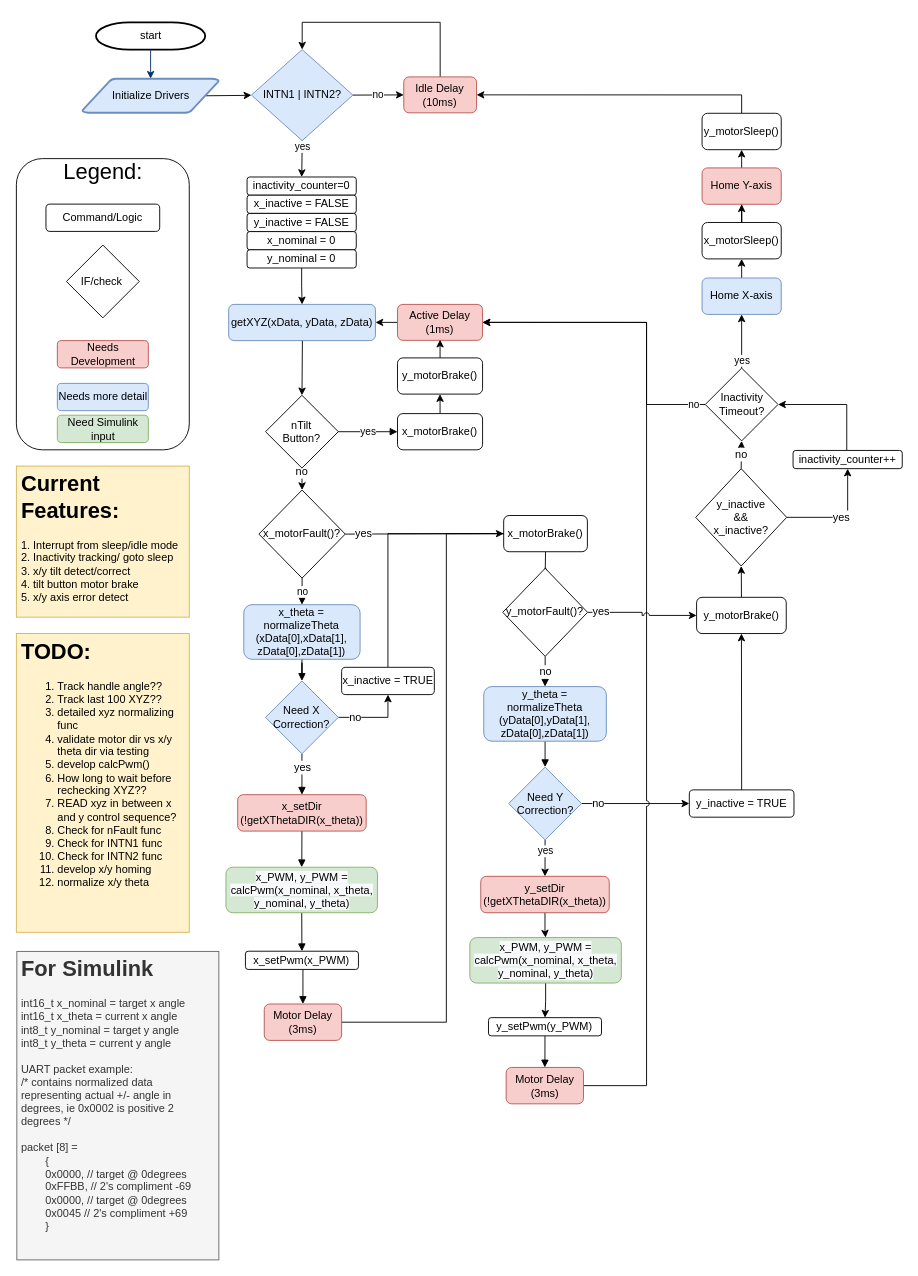
Before: Active-Stabalized-Mug FlowChart.drawio in mtagg/TRMRTK, a draw.io diagram. Source tidied: cells renumbered, new cells numbered last; positions are measured from the earlier drawing's top-left corner, leaving out a move shared by most shapes. Both pictures are drawn from the tidied source at 91%, with x=0, y=0 at pixel (16, 22).
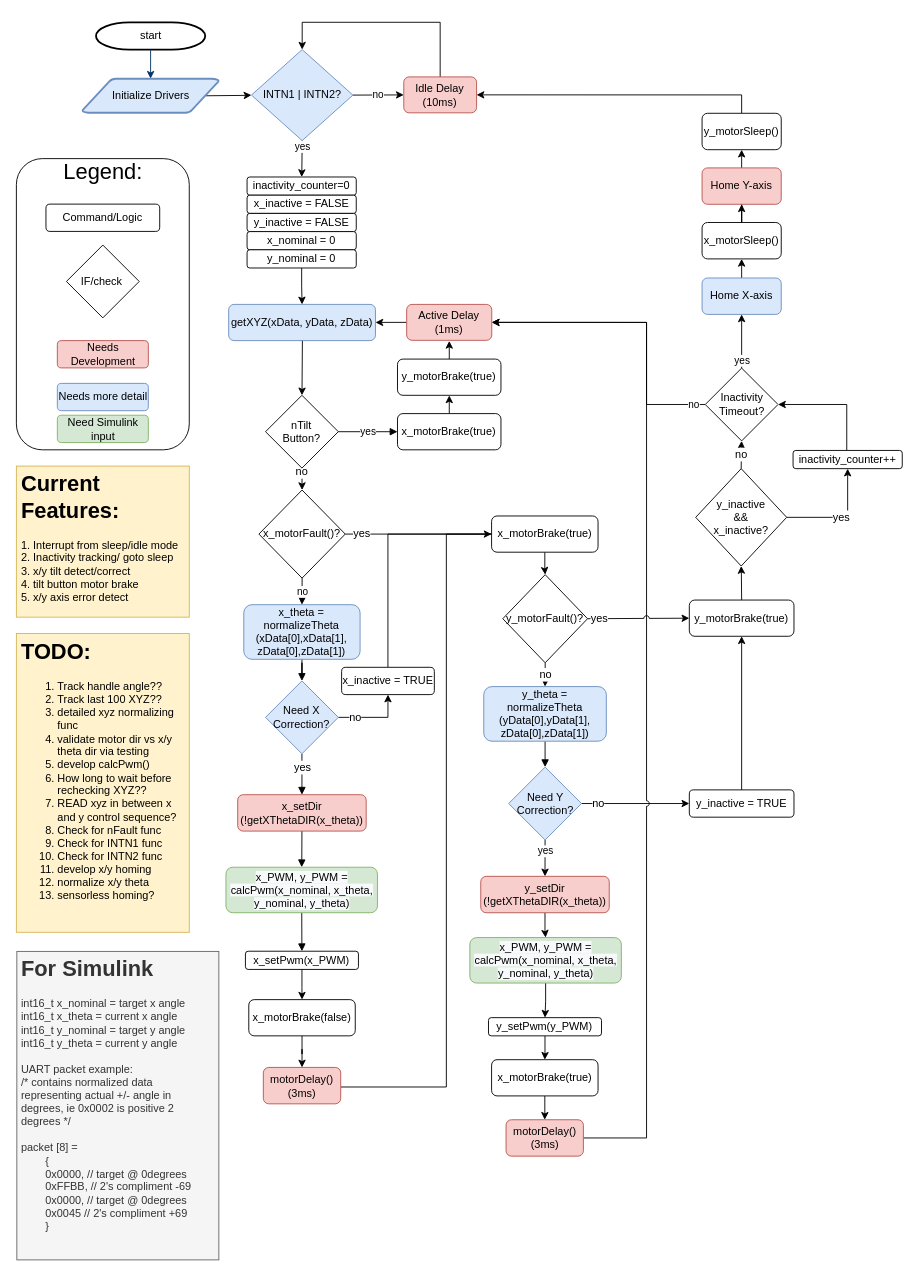
The same page after the edit.

Unchanged cells that the change refers to:
```xml
<mxCell id="19" value="x_setPwm(x_PWM)" style="rounded=1;whiteSpace=wrap;html=1;" parent="1" vertex="1">
  <mxGeometry x="251.2" y="1020.8" width="124.2" height="20" as="geometry" />
</mxCell>
<mxCell id="78" value="y_setPwm(y_PWM)" style="rounded=1;whiteSpace=wrap;html=1;" parent="1" vertex="1">
  <mxGeometry x="518.3" y="1093.8" width="124.2" height="20" as="geometry" />
</mxCell>
```

Diff of the diagram source:
```diff
@@
     <mxCell id="12" value="&lt;span style=&quot;&quot;&gt;Active Delay (1ms)&lt;/span&gt;" style="rounded=1;whiteSpace=wrap;html=1;fillColor=#f8cecc;strokeColor=#b85450;" parent="1" vertex="1">
-      <mxGeometry x="418.3" y="310" width="93.5" height="39.5" as="geometry" />
+      <mxGeometry x="428.4" y="310" width="93.5" height="39.5" as="geometry" />
     </mxCell>
-    <mxCell id="13" style="edgeStyle=orthogonalEdgeStyle;rounded=0;jumpStyle=arc;jettySize=auto;html=1;entryX=0.501;entryY=-0.017;entryDx=0;entryDy=0;entryPerimeter=0;fontSize=12;endArrow=classic;endFill=1;" parent="1" edge="1" source="14" target="60">
+    <mxCell id="13" style="edgeStyle=orthogonalEdgeStyle;rounded=0;jettySize=auto;html=1;" parent="1" edge="1" source="14" target="60">
       <mxGeometry relative="1" as="geometry" />
     </mxCell>
-    <mxCell id="14" value="x_motorBrake()" style="rounded=1;whiteSpace=wrap;html=1;" parent="1" vertex="1">
-      <mxGeometry x="535" y="542" width="92" height="39.8" as="geometry" />
+    <mxCell id="14" value="x_motorBrake(true)" style="rounded=1;whiteSpace=wrap;html=1;" parent="1" vertex="1">
+      <mxGeometry x="521.7" y="542.5" width="117" height="39.8" as="geometry" />
     </mxCell>
@@
-    <mxCell id="18" style="edgeStyle=orthogonalEdgeStyle;rounded=0;jumpStyle=arc;jettySize=auto;html=1;entryX=0.5;entryY=0;entryDx=0;entryDy=0;fontSize=12;endArrow=block;endFill=1;" parent="1" edge="1" source="19" target="64">
-      <mxGeometry relative="1" as="geometry">
-        <Array as="points">
-          <mxPoint x="314.8" y="1068.8" />
-        </Array>
-      </mxGeometry>
-    </mxCell>
+    <mxCell id="95" style="edgeStyle=orthogonalEdgeStyle;rounded=0;jettySize=auto;html=1;entryX=0.5;entryY=0;entryDx=0;entryDy=0;" parent="1" edge="1" source="19" target="98">
+      <mxGeometry relative="1" as="geometry" />
+    </mxCell>
@@
-    <mxCell id="21" value="y_motorBrake()" style="rounded=1;whiteSpace=wrap;html=1;" parent="1" vertex="1">
-      <mxGeometry x="747" y="631.9" width="98.5" height="39.8" as="geometry" />
+    <mxCell id="21" value="y_motorBrake(true)" style="rounded=1;whiteSpace=wrap;html=1;" parent="1" vertex="1">
+      <mxGeometry x="739" y="634.9" width="115" height="39.8" as="geometry" />
     </mxCell>
     <mxCell id="22" style="edgeStyle=orthogonalEdgeStyle;rounded=0;jettySize=auto;html=1;entryX=1;entryY=0.5;entryDx=0;entryDy=0;jumpStyle=arc;exitX=1;exitY=0.5;exitDx=0;exitDy=0;" parent="1" edge="1" source="75" target="12">
       <mxGeometry relative="1" as="geometry">
         <Array as="points">
-          <mxPoint x="692" y="1169" />
+          <mxPoint x="692" y="1226" />
           <mxPoint x="692" y="330" />
         </Array>
       </mxGeometry>
     </mxCell>
-    <mxCell id="23" value="&lt;h1&gt;TODO:&lt;/h1&gt;&lt;p&gt;&lt;/p&gt;&lt;ol&gt;&lt;li&gt;Track handle angle??&lt;/li&gt;&lt;li&gt;Track last 100 XYZ??&lt;/li&gt;&lt;li&gt;detailed xyz normalizing func&lt;/li&gt;&lt;li&gt;validate motor dir vs x/y theta dir via testing&lt;/li&gt;&lt;li&gt;develop calcPwm()&lt;/li&gt;&lt;li&gt;How long to wait before rechecking XYZ??&lt;/li&gt;&lt;li&gt;READ xyz in between x and y control sequence?&lt;/li&gt;&lt;li&gt;Check for nFault func&lt;/li&gt;&lt;li&gt;Check for INTN1 func&lt;/li&gt;&lt;li&gt;Check for INTN2 func&lt;/li&gt;&lt;li&gt;develop x/y homing&lt;/li&gt;&lt;li&gt;normalize x/y theta&lt;/li&gt;&lt;/ol&gt;&lt;p&gt;&lt;/p&gt;" style="text;html=1;strokeColor=#d6b656;fillColor=#fff2cc;spacing=5;spacingTop=-20;whiteSpace=wrap;overflow=hidden;rounded=0;" parent="1" vertex="1">
+    <mxCell id="23" value="&lt;h1&gt;TODO:&lt;/h1&gt;&lt;p&gt;&lt;/p&gt;&lt;ol&gt;&lt;li&gt;Track handle angle??&lt;/li&gt;&lt;li&gt;Track last 100 XYZ??&lt;/li&gt;&lt;li&gt;detailed xyz normalizing func&lt;/li&gt;&lt;li&gt;validate motor dir vs x/y theta dir via testing&lt;/li&gt;&lt;li&gt;develop calcPwm()&lt;/li&gt;&lt;li&gt;How long to wait before rechecking XYZ??&lt;/li&gt;&lt;li&gt;READ xyz in between x and y control sequence?&lt;/li&gt;&lt;li&gt;Check for nFault func&lt;/li&gt;&lt;li&gt;Check for INTN1 func&lt;/li&gt;&lt;li&gt;Check for INTN2 func&lt;/li&gt;&lt;li&gt;develop x/y homing&lt;/li&gt;&lt;li&gt;normalize x/y theta&lt;/li&gt;&lt;li&gt;sensorless homing?&lt;/li&gt;&lt;/ol&gt;&lt;p&gt;&lt;/p&gt;" style="text;html=1;strokeColor=#d6b656;fillColor=#fff2cc;spacing=5;spacingTop=-20;whiteSpace=wrap;overflow=hidden;rounded=0;" parent="1" vertex="1">
       <mxGeometry x="-0.5" y="671.6" width="190" height="328.4" as="geometry" />
     </mxCell>
@@
-    <mxCell id="49" value="y_motorBrake()" style="rounded=1;whiteSpace=wrap;html=1;" parent="1" vertex="1">
-      <mxGeometry x="418.3" y="368.8" width="93.5" height="39.8" as="geometry" />
+    <mxCell id="49" value="y_motorBrake(true)" style="rounded=1;whiteSpace=wrap;html=1;" parent="1" vertex="1">
+      <mxGeometry x="418.3" y="370.1" width="113.7" height="39.8" as="geometry" />
     </mxCell>
     <mxCell id="50" style="edgeStyle=orthogonalEdgeStyle;rounded=0;jettySize=auto;html=1;entryX=0.5;entryY=1;entryDx=0;entryDy=0;" parent="1" edge="1" source="51" target="49">
-      <mxGeometry relative="1" as="geometry">
-        <Array as="points">
-          <mxPoint x="464.8" y="418.8" />
-          <mxPoint x="464.8" y="418.8" />
-        </Array>
-      </mxGeometry>
+      <mxGeometry relative="1" as="geometry" />
     </mxCell>
-    <mxCell id="51" value="x_motorBrake()" style="rounded=1;whiteSpace=wrap;html=1;" parent="1" vertex="1">
-      <mxGeometry x="418.3" y="430" width="93.5" height="39.8" as="geometry" />
+    <mxCell id="51" value="x_motorBrake(true)" style="rounded=1;whiteSpace=wrap;html=1;" parent="1" vertex="1">
+      <mxGeometry x="418.3" y="430" width="113.7" height="39.8" as="geometry" />
     </mxCell>
@@
     <mxCell id="60" value="y_motorFault()?" style="rhombus;whiteSpace=wrap;html=1;" parent="1" vertex="1">
-      <mxGeometry x="534" y="600" width="93.2" height="96.8" as="geometry" />
+      <mxGeometry x="534" y="607" width="93.2" height="96.8" as="geometry" />
     </mxCell>
@@
     <mxCell id="63" style="edgeStyle=orthogonalEdgeStyle;rounded=0;jumpStyle=arc;jettySize=auto;html=1;fontSize=12;endArrow=none;endFill=0;entryX=0;entryY=0.5;entryDx=0;entryDy=0;" parent="1" edge="1" source="64" target="14">
       <mxGeometry relative="1" as="geometry">
         <Array as="points">
-          <mxPoint x="472" y="1099" />
+          <mxPoint x="472" y="1170" />
           <mxPoint x="472" y="562" />
         </Array>
       </mxGeometry>
     </mxCell>
-    <mxCell id="64" value="Motor Delay (3ms)" style="rounded=1;whiteSpace=wrap;html=1;fontSize=12;fillColor=#f8cecc;strokeColor=#b85450;" parent="1" vertex="1">
-      <mxGeometry x="271.9" y="1078.8" width="85" height="40" as="geometry" />
+    <mxCell id="64" value="motorDelay() (3ms)" style="rounded=1;whiteSpace=wrap;html=1;fontSize=12;fillColor=#f8cecc;strokeColor=#b85450;" parent="1" vertex="1">
+      <mxGeometry x="270.9" y="1148.5" width="85" height="40" as="geometry" />
     </mxCell>
@@
-    <mxCell id="75" value="Motor Delay (3ms)" style="rounded=1;whiteSpace=wrap;html=1;fontSize=12;fillColor=#f8cecc;strokeColor=#b85450;" parent="1" vertex="1">
-      <mxGeometry x="537.7" y="1148.5" width="85" height="40" as="geometry" />
+    <mxCell id="75" value="motorDelay() (3ms)" style="rounded=1;whiteSpace=wrap;html=1;fontSize=12;fillColor=#f8cecc;strokeColor=#b85450;" parent="1" vertex="1">
+      <mxGeometry x="537.6" y="1206" width="85" height="40" as="geometry" />
     </mxCell>
@@
-    <mxCell id="77" style="edgeStyle=orthogonalEdgeStyle;rounded=0;jumpStyle=arc;jettySize=auto;html=1;entryX=0.5;entryY=0;entryDx=0;entryDy=0;fontSize=12;endArrow=block;endFill=1;" parent="1" edge="1" source="78" target="75">
-      <mxGeometry relative="1" as="geometry" />
-    </mxCell>
+    <mxCell id="96" style="edgeStyle=orthogonalEdgeStyle;rounded=0;jettySize=auto;html=1;entryX=0.5;entryY=0;entryDx=0;entryDy=0;" parent="1" edge="1" source="78" target="100">
+      <mxGeometry relative="1" as="geometry" />
+    </mxCell>
@@
-    <mxCell id="94" value="&lt;h1&gt;For Simulink&lt;/h1&gt;&lt;div&gt;int16_t x_nominal = target x angle&amp;nbsp;&lt;/div&gt;&lt;div&gt;int16_t x_theta = current x angle&lt;/div&gt;&lt;div&gt;int8_t y_nominal = target y angle&lt;/div&gt;&lt;div&gt;int8_t y_theta = current y angle&lt;/div&gt;&lt;div&gt;&lt;br&gt;&lt;/div&gt;&lt;div&gt;UART packet example:&lt;/div&gt;&lt;div&gt;/* contains normalized data representing actual +/- angle in degrees, ie 0x0002 is positive 2 degrees */&lt;/div&gt;&lt;div&gt;&lt;br&gt;&lt;/div&gt;&lt;div&gt;packet [8] =&amp;nbsp;&lt;/div&gt;&lt;div&gt;&lt;span style=&quot;white-space: pre;&quot;&gt;&#9;&lt;/span&gt;{&lt;br&gt;&lt;/div&gt;&lt;div&gt;&lt;span style=&quot;white-space: pre;&quot;&gt;&#9;&lt;/span&gt;0x0000, // target @ 0degrees&lt;/div&gt;&lt;div&gt;&lt;span style=&quot;white-space: pre;&quot;&gt;&#9;&lt;/span&gt;0xFFBB, // 2's compliment -69&lt;/div&gt;&lt;div&gt;&lt;span style=&quot;white-space: pre;&quot;&gt;&#9;&lt;/span&gt;0x0000, // target @ 0degrees&lt;/div&gt;&lt;div&gt;&lt;span style=&quot;white-space: pre;&quot;&gt;&#9;&lt;/span&gt;0x0045 // 2's compliment +69&lt;br&gt;&lt;/div&gt;&lt;div&gt;&lt;span style=&quot;white-space: pre;&quot;&gt;&#9;&lt;/span&gt;}&lt;/div&gt;" style="text;html=1;strokeColor=#666666;fillColor=#f5f5f5;spacing=5;spacingTop=-20;whiteSpace=wrap;overflow=hidden;rounded=0;fontColor=#333333;" parent="1" vertex="1">
+    <mxCell id="94" value="&lt;h1&gt;For Simulink&lt;/h1&gt;&lt;div&gt;int16_t x_nominal = target x angle&amp;nbsp;&lt;/div&gt;&lt;div&gt;int16_t x_theta = current x angle&lt;/div&gt;&lt;div&gt;int16_t y_nominal = target y angle&lt;/div&gt;&lt;div&gt;int16_t y_theta = current y angle&lt;/div&gt;&lt;div&gt;&lt;br&gt;&lt;/div&gt;&lt;div&gt;UART packet example:&lt;/div&gt;&lt;div&gt;/* contains normalized data representing actual +/- angle in degrees, ie 0x0002 is positive 2 degrees */&lt;/div&gt;&lt;div&gt;&lt;br&gt;&lt;/div&gt;&lt;div&gt;packet [8] =&amp;nbsp;&lt;/div&gt;&lt;div&gt;&lt;span style=&quot;white-space: pre;&quot;&gt;&#9;&lt;/span&gt;{&lt;br&gt;&lt;/div&gt;&lt;div&gt;&lt;span style=&quot;white-space: pre;&quot;&gt;&#9;&lt;/span&gt;0x0000, // target @ 0degrees&lt;/div&gt;&lt;div&gt;&lt;span style=&quot;white-space: pre;&quot;&gt;&#9;&lt;/span&gt;0xFFBB, // 2's compliment -69&lt;/div&gt;&lt;div&gt;&lt;span style=&quot;white-space: pre;&quot;&gt;&#9;&lt;/span&gt;0x0000, // target @ 0degrees&lt;/div&gt;&lt;div&gt;&lt;span style=&quot;white-space: pre;&quot;&gt;&#9;&lt;/span&gt;0x0045 // 2's compliment +69&lt;br&gt;&lt;/div&gt;&lt;div&gt;&lt;span style=&quot;white-space: pre;&quot;&gt;&#9;&lt;/span&gt;}&lt;/div&gt;" style="text;html=1;strokeColor=#666666;fillColor=#f5f5f5;spacing=5;spacingTop=-20;whiteSpace=wrap;overflow=hidden;rounded=0;fontColor=#333333;" parent="1" vertex="1">
       <mxGeometry y="1021" width="222" height="339" as="geometry" />
     </mxCell>
+    <mxCell id="97" style="edgeStyle=orthogonalEdgeStyle;rounded=0;jettySize=auto;html=1;entryX=0.5;entryY=0;entryDx=0;entryDy=0;" parent="1" edge="1" source="98" target="64">
+      <mxGeometry relative="1" as="geometry" />
+    </mxCell>
+    <mxCell id="98" value="x_motorBrake(false)" style="rounded=1;whiteSpace=wrap;html=1;" parent="1" vertex="1">
+      <mxGeometry x="254.9" y="1074" width="117" height="39.8" as="geometry" />
+    </mxCell>
+    <mxCell id="99" style="edgeStyle=orthogonalEdgeStyle;rounded=0;jettySize=auto;html=1;" parent="1" edge="1" source="100" target="75">
+      <mxGeometry relative="1" as="geometry" />
+    </mxCell>
+    <mxCell id="100" value="x_motorBrake(true)" style="rounded=1;whiteSpace=wrap;html=1;" parent="1" vertex="1">
+      <mxGeometry x="521.7" y="1140" width="117" height="39.8" as="geometry" />
+    </mxCell>
```
